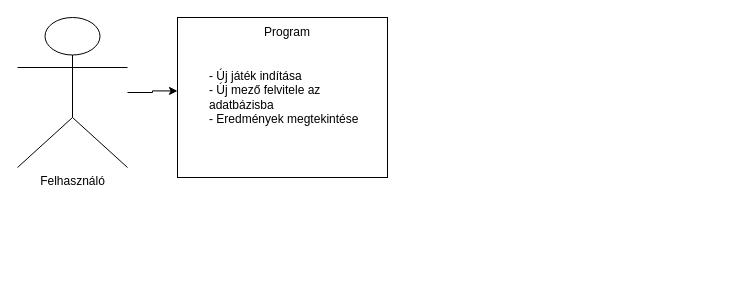
This is folyamatok.drawio from gyorkistamas/progtech_beadando, a draw.io file, before an edit. Source tidied: cells renumbered, new cells numbered last; positions are measured from the earlier drawing's top-left corner, leaving out a move shared by most shapes. Both pictures are drawn from the tidied source at 100%, with x=0, y=0 at pixel (17, 17).
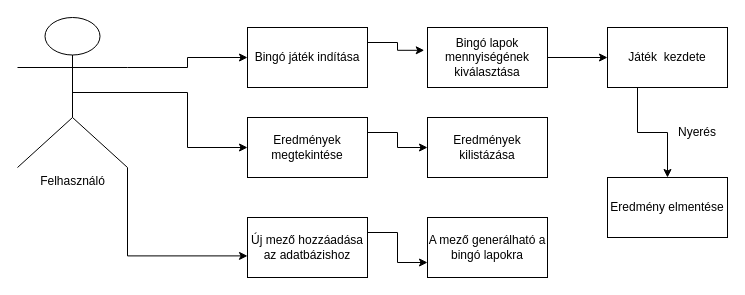
The same page after the edit.

What changed in the source:
```diff
@@
 <mxGraphModel>
   <root>
     <mxCell id="0" />
     <mxCell id="1" parent="0" />
-    <mxCell id="2" style="edgeStyle=orthogonalEdgeStyle;rounded=0;jettySize=auto;html=1;entryX=0;entryY=0.459;entryDx=0;entryDy=0;entryPerimeter=0;" parent="1" edge="1" source="3" target="4">
-      <mxGeometry relative="1" as="geometry" />
-    </mxCell>
+    <mxCell id="7" style="edgeStyle=orthogonalEdgeStyle;rounded=0;jettySize=auto;html=1;exitX=1;exitY=0.3333333333333333;exitDx=0;exitDy=0;exitPerimeter=0;entryX=0;entryY=0.5;entryDx=0;entryDy=0;" parent="1" edge="1" source="3" target="11">
+      <mxGeometry relative="1" as="geometry" />
+    </mxCell>
+    <mxCell id="8" style="edgeStyle=orthogonalEdgeStyle;rounded=0;jettySize=auto;html=1;exitX=0.5;exitY=0.5;exitDx=0;exitDy=0;exitPerimeter=0;entryX=0;entryY=0.5;entryDx=0;entryDy=0;" parent="1" edge="1" source="3" target="19">
+      <mxGeometry relative="1" as="geometry" />
+    </mxCell>
+    <mxCell id="9" style="edgeStyle=orthogonalEdgeStyle;rounded=0;jettySize=auto;html=1;exitX=1;exitY=1;exitDx=0;exitDy=0;exitPerimeter=0;entryX=0;entryY=0.64;entryDx=0;entryDy=0;entryPerimeter=0;" parent="1" edge="1" source="3" target="22">
+      <mxGeometry relative="1" as="geometry" />
+    </mxCell>
     <mxCell id="3" value="Felhasználó&lt;br&gt;" style="shape=umlActor;verticalLabelPosition=bottom;verticalAlign=top;html=1;outlineConnect=0;" parent="1" vertex="1">
       <mxGeometry width="110" height="150" as="geometry" />
     </mxCell>
-    <mxCell id="4" style="rounded=0;whiteSpace=wrap;html=1;" parent="1" vertex="1">
-      <mxGeometry x="160" width="210" height="160" as="geometry" />
-    </mxCell>
-    <mxCell id="5" value="Program" style="text;html=1;strokeColor=none;fillColor=none;align=center;verticalAlign=middle;whiteSpace=wrap;rounded=0;" parent="1" vertex="1">
-      <mxGeometry x="240" width="60" height="30" as="geometry" />
-    </mxCell>
-    <mxCell id="6" value="- Új játék indítása&lt;br&gt;- Új mező felvitele az adatbázisba&lt;br&gt;- Eredmények megtekintése" style="text;html=1;strokeColor=none;fillColor=none;align=left;verticalAlign=middle;whiteSpace=wrap;rounded=0;" parent="1" vertex="1">
-      <mxGeometry x="190" y="45" width="160" height="70" as="geometry" />
-    </mxCell>
+    <mxCell id="10" style="edgeStyle=orthogonalEdgeStyle;rounded=0;jettySize=auto;html=1;exitX=1;exitY=0.25;exitDx=0;exitDy=0;entryX=-0.027;entryY=0.38;entryDx=0;entryDy=0;entryPerimeter=0;" parent="1" edge="1" source="11" target="13">
+      <mxGeometry relative="1" as="geometry" />
+    </mxCell>
+    <mxCell id="11" value="Bingó játék indítása" style="rounded=0;whiteSpace=wrap;html=1;" parent="1" vertex="1">
+      <mxGeometry x="230" y="10" width="120" height="60" as="geometry" />
+    </mxCell>
+    <mxCell id="12" style="edgeStyle=orthogonalEdgeStyle;rounded=0;jettySize=auto;html=1;exitX=1;exitY=0.5;exitDx=0;exitDy=0;entryX=0;entryY=0.5;entryDx=0;entryDy=0;" parent="1" edge="1" source="13" target="15">
+      <mxGeometry relative="1" as="geometry" />
+    </mxCell>
+    <mxCell id="13" value="Bingó lapok mennyiségének kiválasztása" style="rounded=0;whiteSpace=wrap;html=1;" parent="1" vertex="1">
+      <mxGeometry x="410" y="10" width="120" height="60" as="geometry" />
+    </mxCell>
+    <mxCell id="14" style="edgeStyle=orthogonalEdgeStyle;rounded=0;jettySize=auto;html=1;exitX=0.25;exitY=1;exitDx=0;exitDy=0;" parent="1" edge="1" source="15" target="16">
+      <mxGeometry relative="1" as="geometry" />
+    </mxCell>
+    <mxCell id="15" value="Játék&amp;nbsp; kezdete" style="rounded=0;whiteSpace=wrap;html=1;" parent="1" vertex="1">
+      <mxGeometry x="590" y="10" width="120" height="60" as="geometry" />
+    </mxCell>
+    <mxCell id="16" value="Eredmény elmentése" style="rounded=0;whiteSpace=wrap;html=1;" parent="1" vertex="1">
+      <mxGeometry x="590" y="160" width="120" height="60" as="geometry" />
+    </mxCell>
+    <mxCell id="17" value="Nyerés" style="text;html=1;strokeColor=none;fillColor=none;align=center;verticalAlign=middle;whiteSpace=wrap;rounded=0;" parent="1" vertex="1">
+      <mxGeometry x="650" y="100" width="60" height="30" as="geometry" />
+    </mxCell>
+    <mxCell id="18" style="edgeStyle=orthogonalEdgeStyle;rounded=0;jettySize=auto;html=1;exitX=1;exitY=0.25;exitDx=0;exitDy=0;entryX=0;entryY=0.5;entryDx=0;entryDy=0;" parent="1" edge="1" source="19" target="20">
+      <mxGeometry relative="1" as="geometry" />
+    </mxCell>
+    <mxCell id="19" value="Eredmények megtekintése" style="rounded=0;whiteSpace=wrap;html=1;" parent="1" vertex="1">
+      <mxGeometry x="230" y="100" width="120" height="60" as="geometry" />
+    </mxCell>
+    <mxCell id="20" value="Eredmények kilistázása" style="rounded=0;whiteSpace=wrap;html=1;" parent="1" vertex="1">
+      <mxGeometry x="410" y="100" width="120" height="60" as="geometry" />
+    </mxCell>
+    <mxCell id="21" style="edgeStyle=orthogonalEdgeStyle;rounded=0;jettySize=auto;html=1;exitX=1;exitY=0.25;exitDx=0;exitDy=0;entryX=0;entryY=0.75;entryDx=0;entryDy=0;" parent="1" edge="1" source="22" target="23">
+      <mxGeometry relative="1" as="geometry" />
+    </mxCell>
+    <mxCell id="22" value="Új mező hozzáadása az adatbázishoz" style="rounded=0;whiteSpace=wrap;html=1;" parent="1" vertex="1">
+      <mxGeometry x="230" y="200" width="120" height="60" as="geometry" />
+    </mxCell>
+    <mxCell id="23" value="A mező generálható a bingó lapokra" style="rounded=0;whiteSpace=wrap;html=1;" parent="1" vertex="1">
+      <mxGeometry x="410" y="200" width="120" height="60" as="geometry" />
+    </mxCell>
   </root>
 </mxGraphModel>
```
